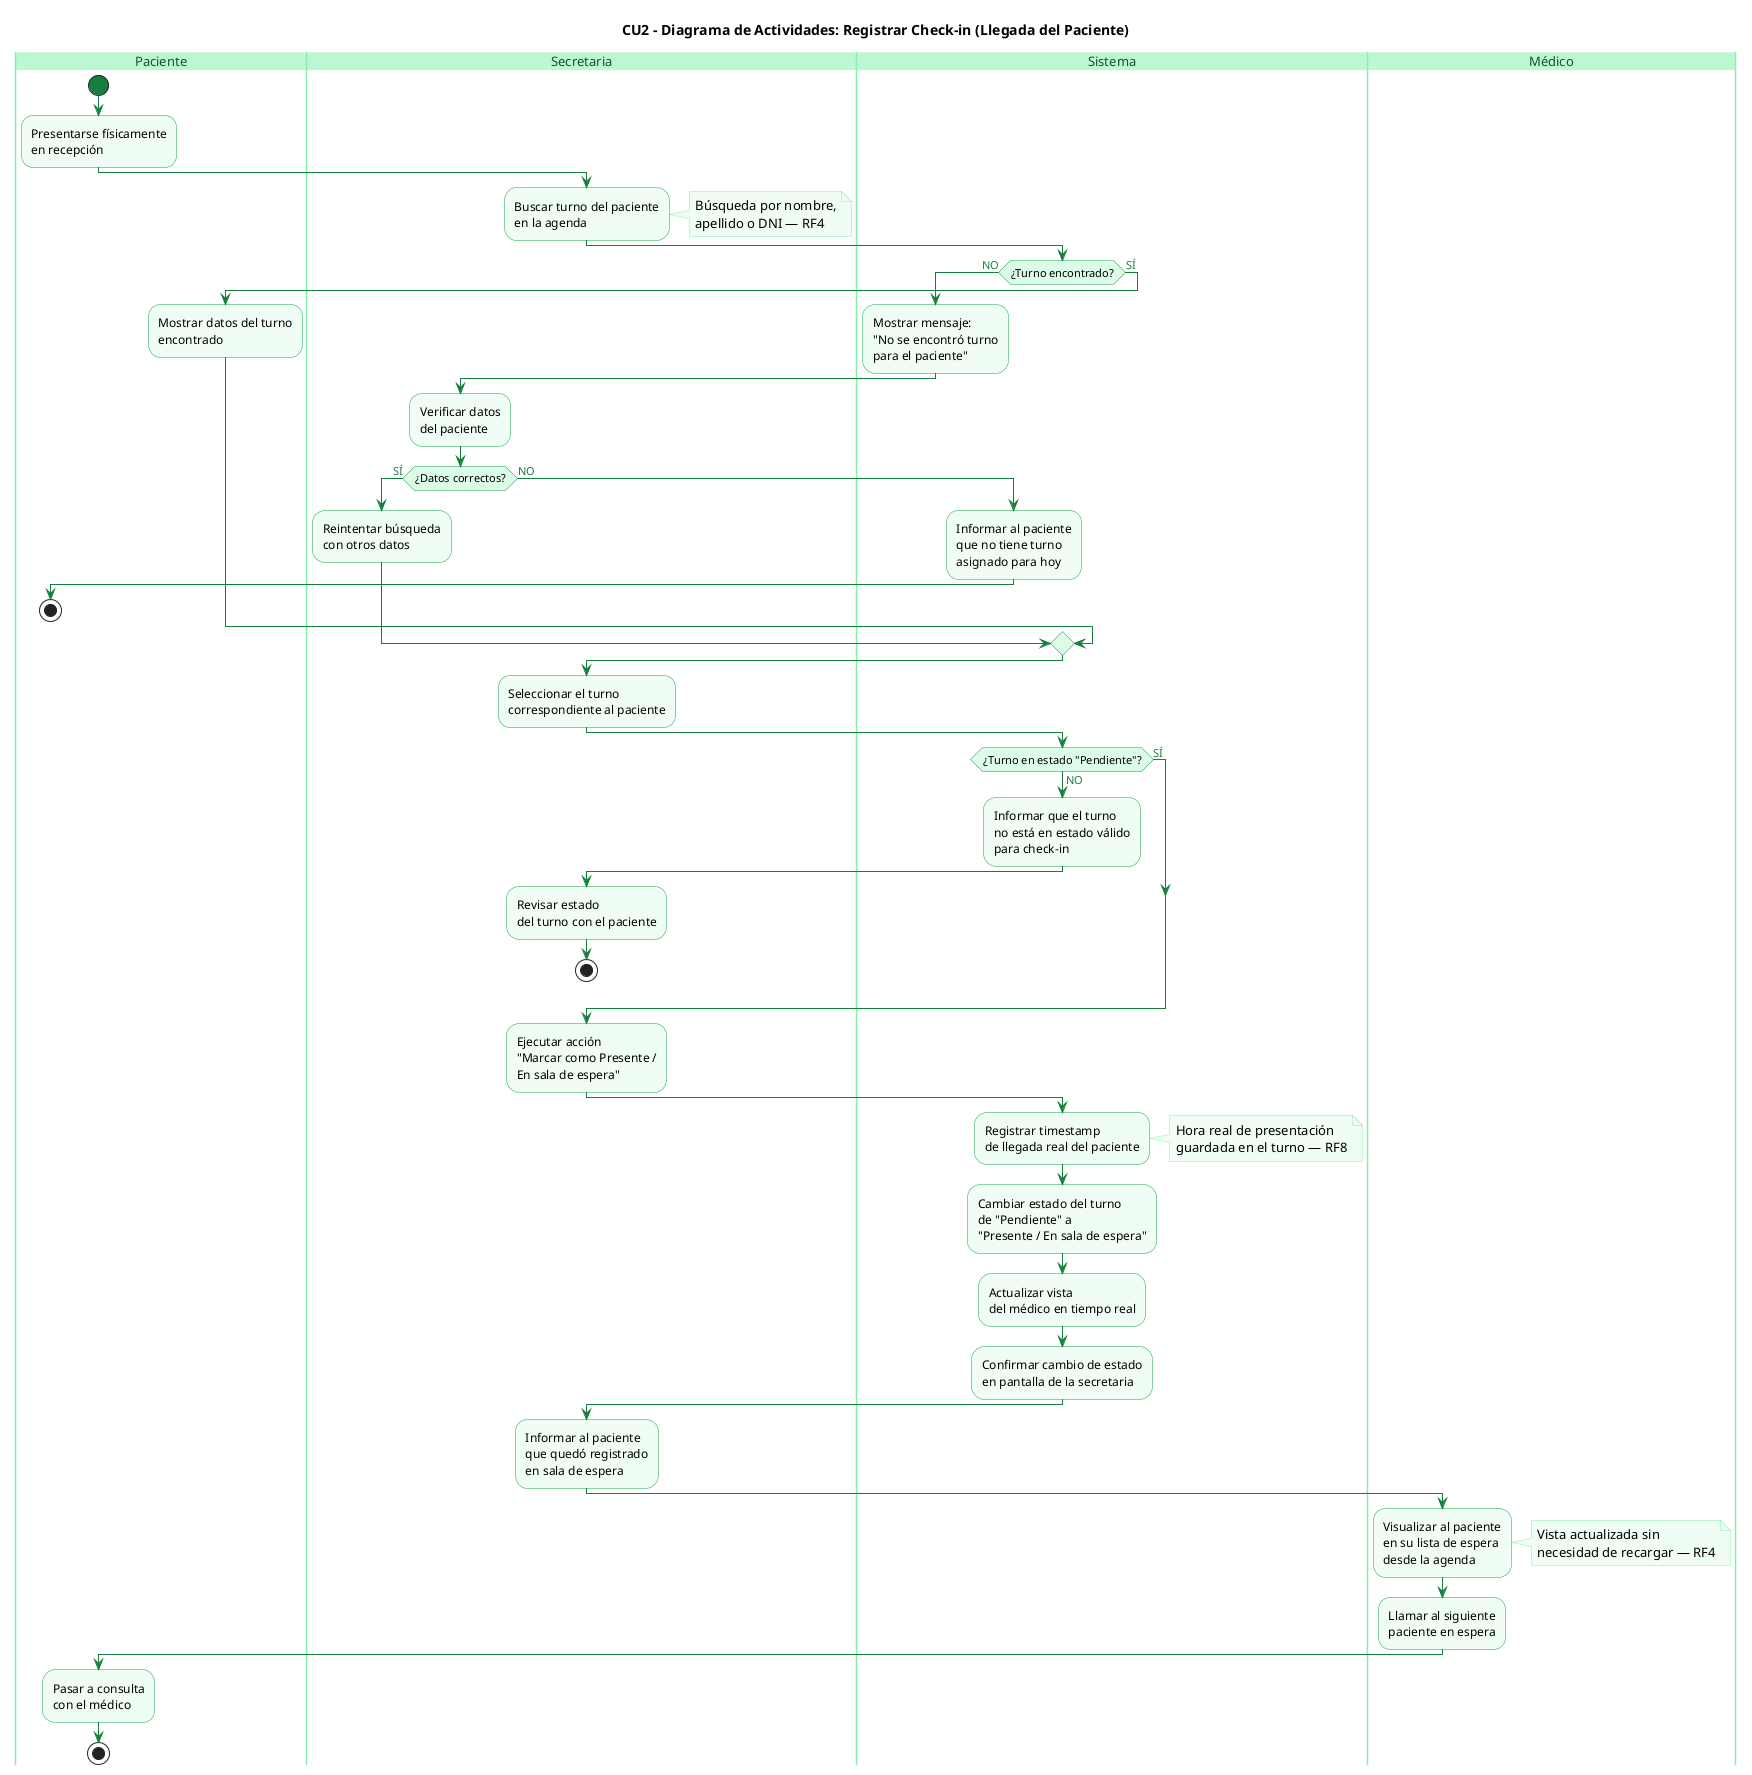
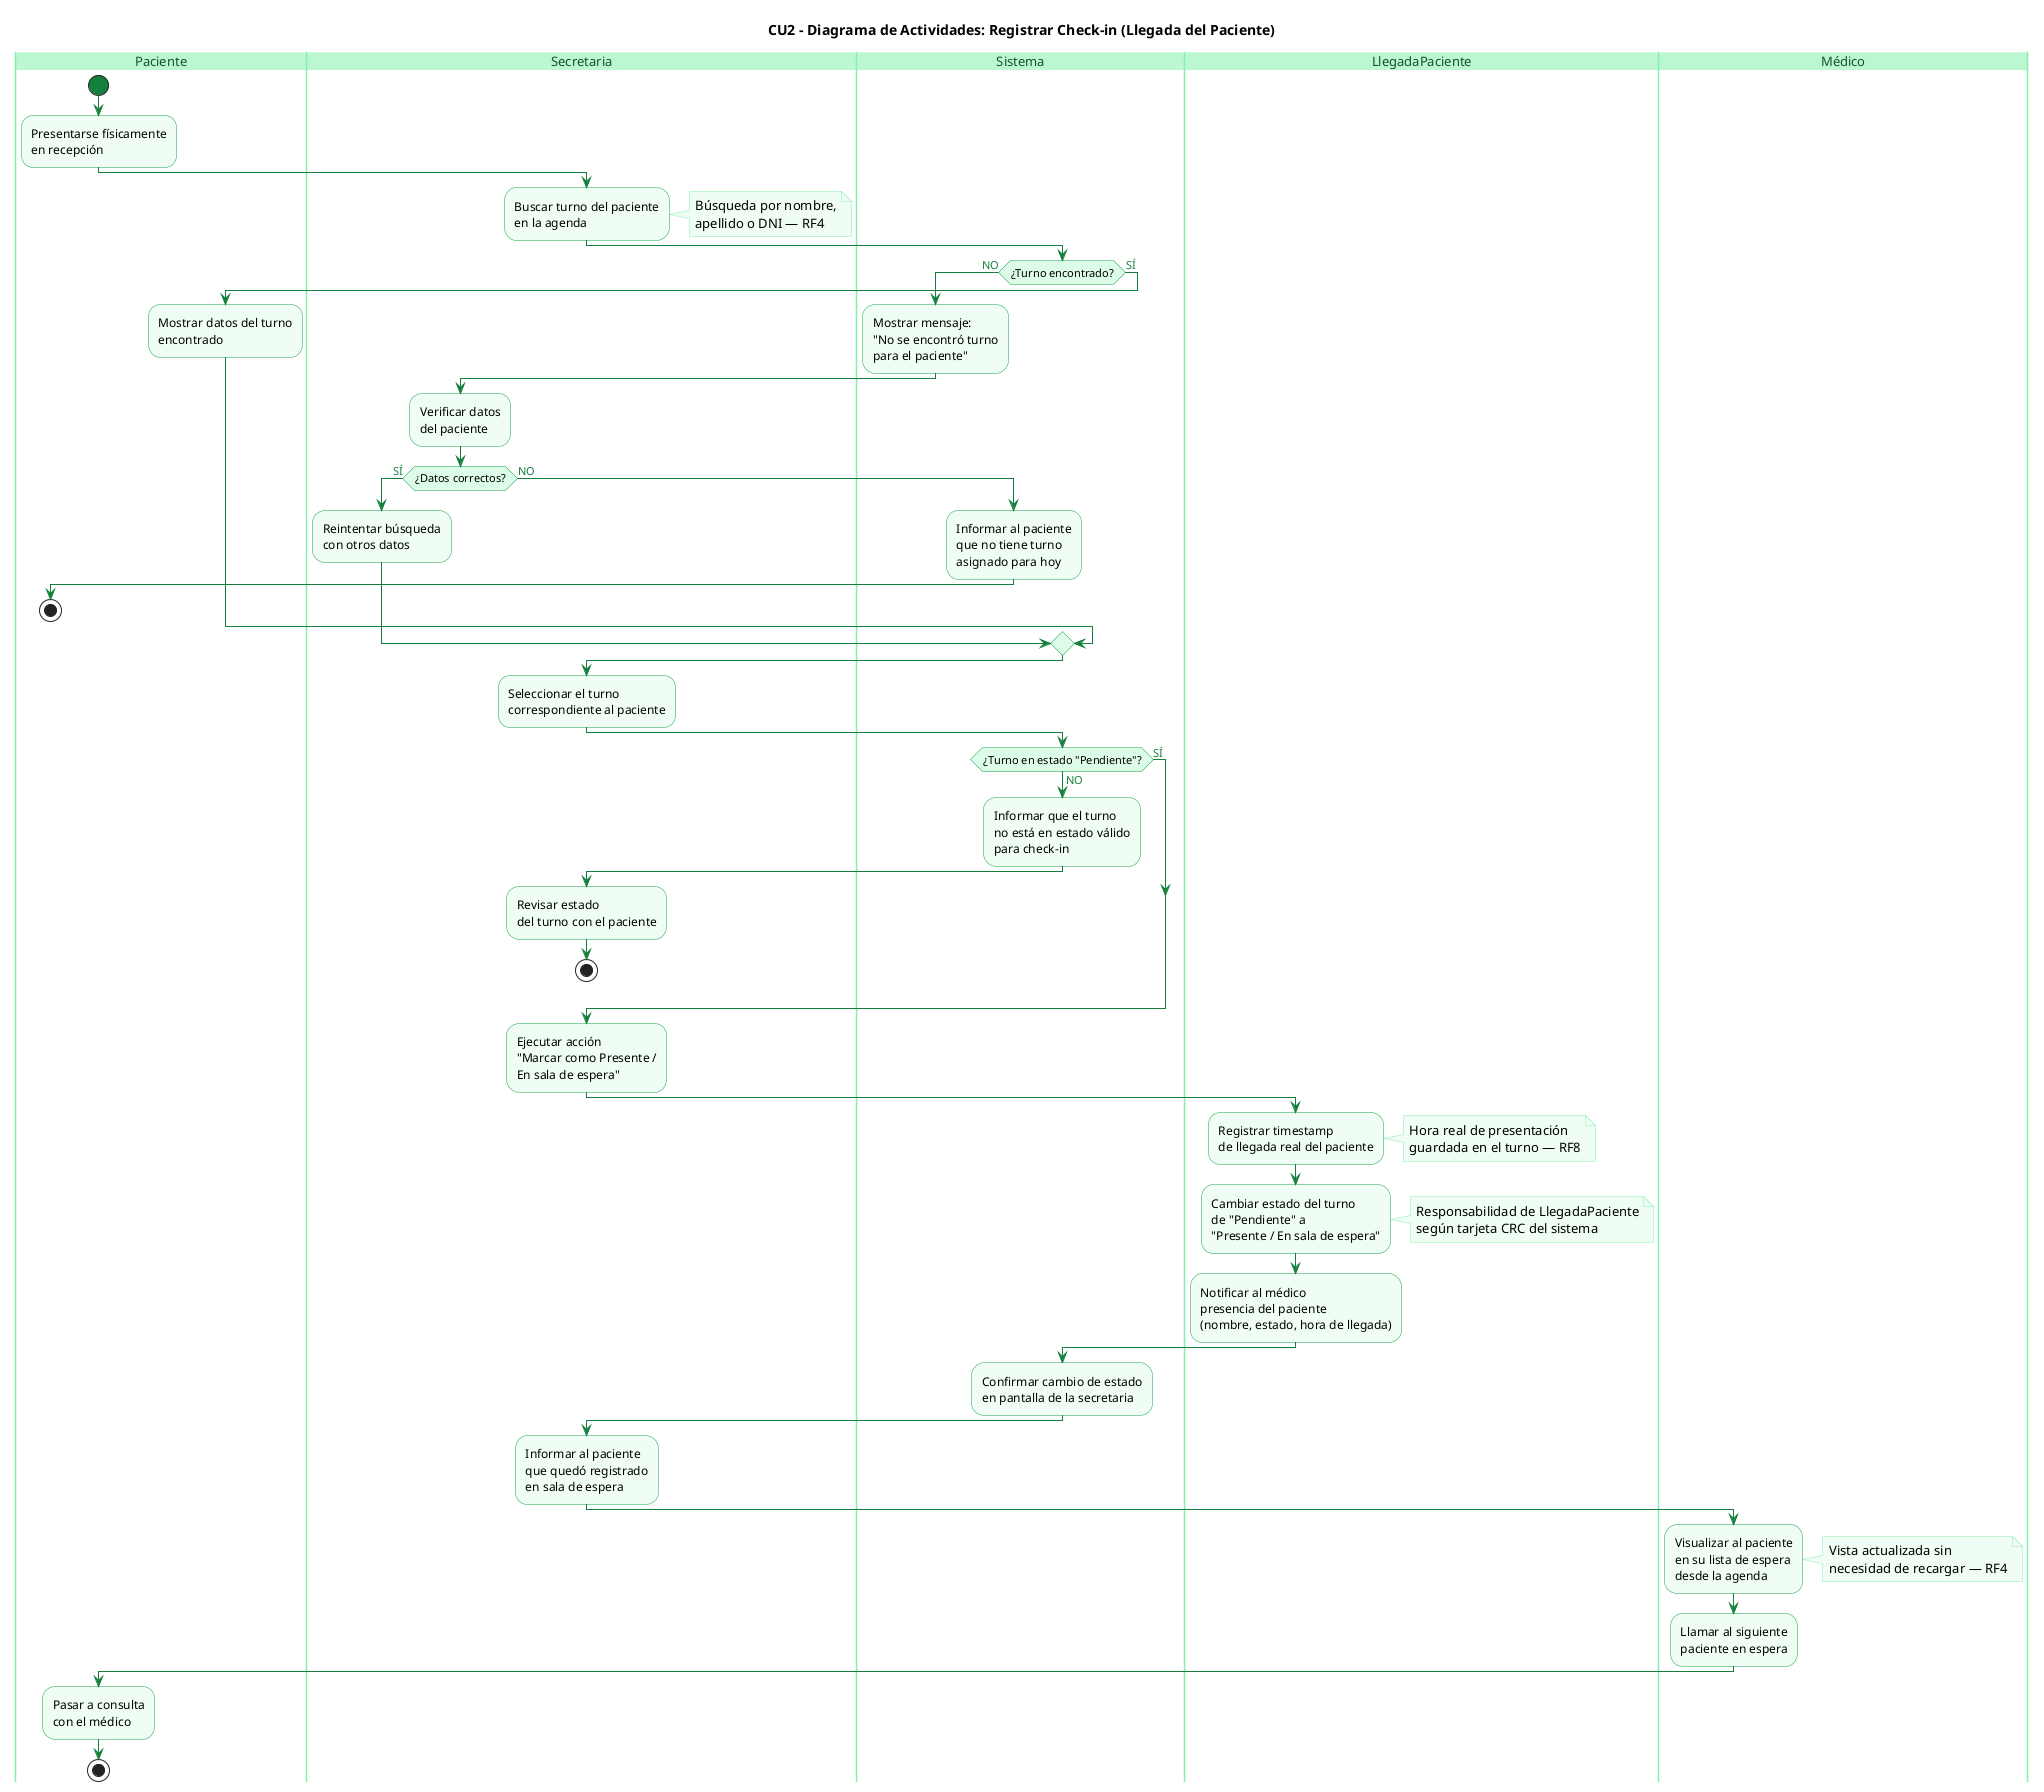
@startuml 04-actividad-registrar-checkin-02

skinparam backgroundColor #FFFFFF
skinparam activity {
    BackgroundColor #F0FDF4
    BorderColor #16A34A
    ArrowColor #15803D
    DiamondBackgroundColor #DCFCE7
    DiamondBorderColor #16A34A
    StartColor #15803D
    EndColor #15803D
}
skinparam swimlane {
    BorderColor #86EFAC
    TitleBackgroundColor #BBF7D0
    TitleFontColor #14532D
    TitleFontSize 13
}
skinparam ArrowFontColor #15803D
skinparam NoteBorderColor #86EFAC
skinparam NoteBackgroundColor #F0FDF4

title CU2 - Diagrama de Actividades: Registrar Check-in (Llegada del Paciente)

|Paciente|
start
:Presentarse físicamente\nen recepción;

|Secretaria|
:Buscar turno del paciente\nen la agenda;

note right
  Búsqueda por nombre,
  apellido o DNI — RF4
end note

|Sistema|
if (¿Turno encontrado?) then (NO)
  :Mostrar mensaje:\n"No se encontró turno\npara el paciente";
  |Secretaria|
  :Verificar datos\ndel paciente;
  if (¿Datos correctos?) then (SÍ)
    :Reintentar búsqueda\ncon otros datos;
    |Sistema|
  else (NO)
    :Informar al paciente\nque no tiene turno\nasignado para hoy;
    |Paciente|
    stop
  endif
else (SÍ)
  :Mostrar datos del turno\nencontrado;
endif

|Secretaria|
:Seleccionar el turno\ncorrespondiente al paciente;

|Sistema|
if (¿Turno en estado "Pendiente"?) then (NO)
  :Informar que el turno\nno está en estado válido\npara check-in;
  |Secretaria|
  :Revisar estado\ndel turno con el paciente;
  stop
else (SÍ)
endif

|Secretaria|
:Ejecutar acción\n"Marcar como Presente /\nEn sala de espera";

- |Sistema|
+ |LlegadaPaciente|
:Registrar timestamp\nde llegada real del paciente;

note right
  Hora real de presentación
  guardada en el turno — RF8
end note

:Cambiar estado del turno\nde "Pendiente" a\n"Presente / En sala de espera";
- :Actualizar vista\ndel médico en tiempo real;
+ 
+ note right
+   Responsabilidad de LlegadaPaciente
+   según tarjeta CRC del sistema
+ end note
+ 
+ :Notificar al médico\npresencia del paciente\n(nombre, estado, hora de llegada);
+ 
+ |Sistema|
:Confirmar cambio de estado\nen pantalla de la secretaria;

|Secretaria|
:Informar al paciente\nque quedó registrado\nen sala de espera;

|Médico|
:Visualizar al paciente\nen su lista de espera\ndesde la agenda;

note right
  Vista actualizada sin
  necesidad de recargar — RF4
end note

:Llamar al siguiente\npaciente en espera;

|Paciente|
:Pasar a consulta\ncon el médico;

stop

@enduml
